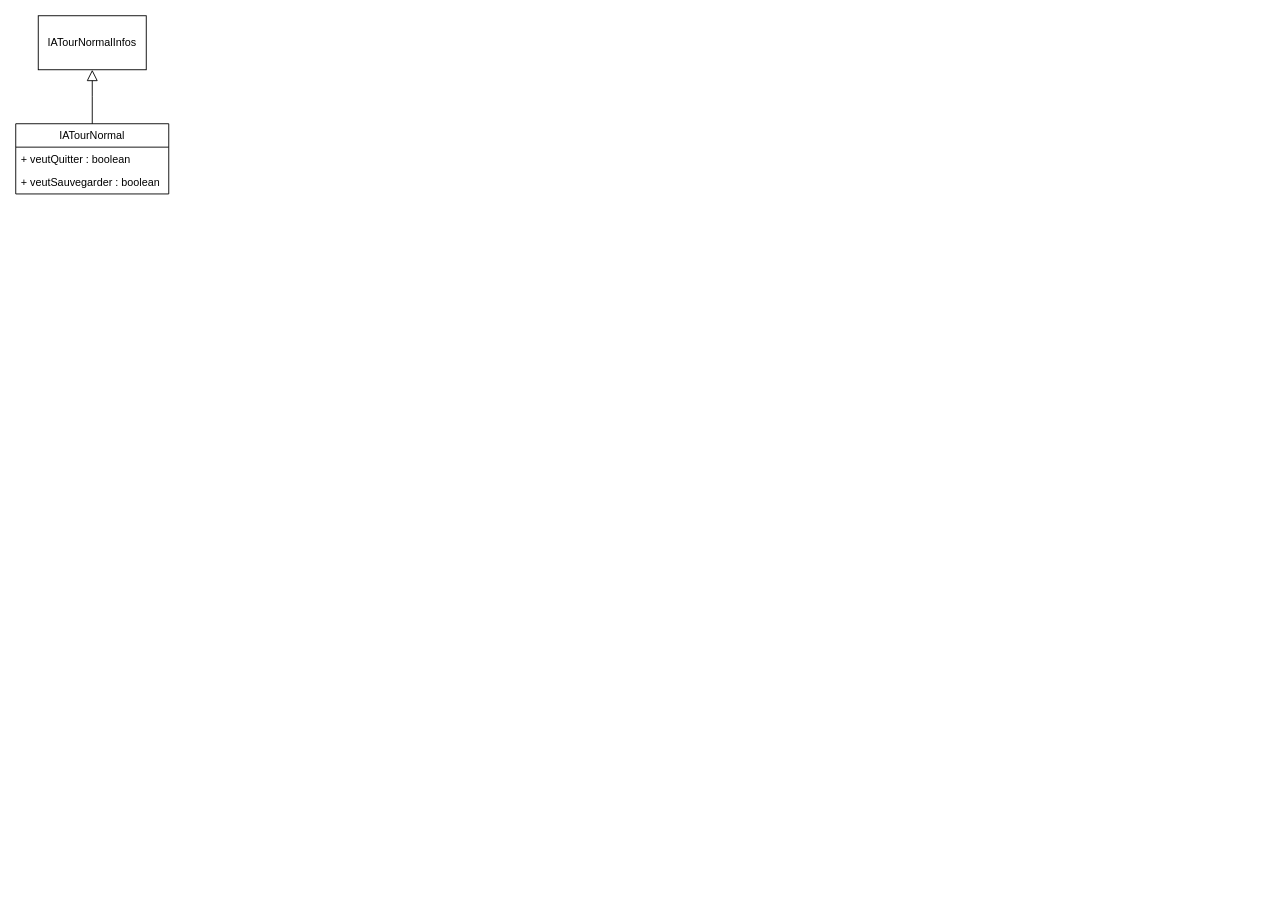
This is Diagramme de classes Controller.drawio from Riuza-c-137/diagrams.net-default_repo, a draw.io file, before an edit. Source tidied: cells renumbered, new cells numbered last; positions are measured from the earlier drawing's top-left corner, leaving out a move shared by most shapes. Both pictures are drawn from the tidied source at 90%, with x=0, y=0 at pixel (15, 15).
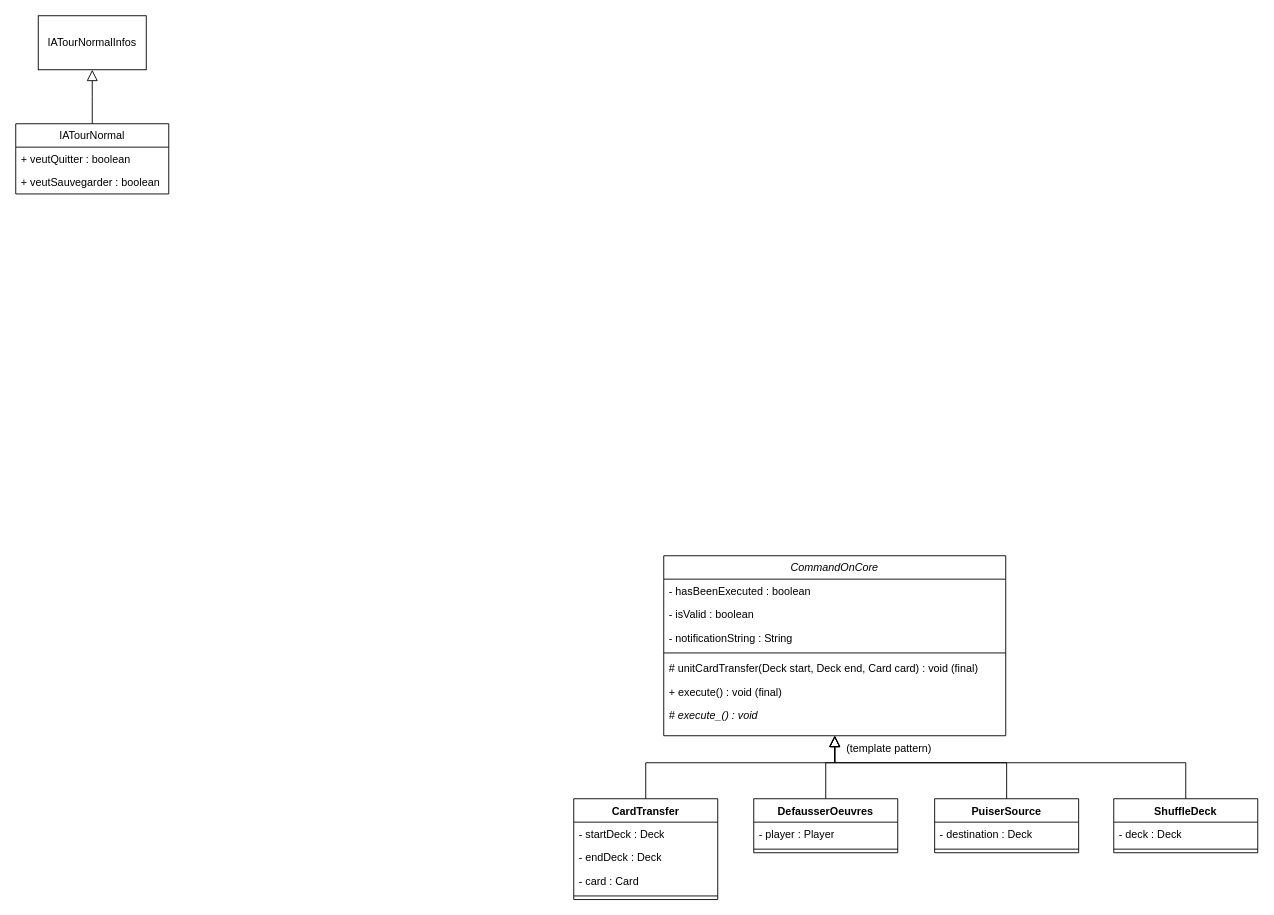
The same page after the edit.

Commit message (it also covers changes not shown here):
Mettre à jour Diagramme de classes Controller.drawio

Diff of the diagram source:
```diff
@@
+    <mxCell id="7" value="CommandOnCore" style="swimlane;fontStyle=2;align=center;verticalAlign=top;horizontal=1;startSize=26;rounded=0;shadow=0;strokeWidth=1;" parent="1" vertex="1">
+      <mxGeometry x="720" y="600" width="380" height="200" as="geometry" />
+    </mxCell>
+    <mxCell id="8" value="- hasBeenExecuted : boolean" style="text;align=left;verticalAlign=top;spacingLeft=4;spacingRight=4;overflow=hidden;" parent="7" vertex="1">
+      <mxGeometry y="26" width="380" height="26" as="geometry" />
+    </mxCell>
+    <mxCell id="9" value="- isValid : boolean" style="text;align=left;verticalAlign=top;spacingLeft=4;spacingRight=4;overflow=hidden;" parent="7" vertex="1">
+      <mxGeometry y="52" width="380" height="26" as="geometry" />
+    </mxCell>
+    <mxCell id="10" value="- notificationString : String" style="text;align=left;verticalAlign=top;spacingLeft=4;spacingRight=4;overflow=hidden;" parent="7" vertex="1">
+      <mxGeometry y="78" width="380" height="26" as="geometry" />
+    </mxCell>
+    <mxCell id="11" style="line;html=1;strokeWidth=1;align=left;verticalAlign=middle;spacingTop=-1;spacingLeft=3;spacingRight=3;labelPosition=right;" parent="7" vertex="1">
+      <mxGeometry y="104" width="380" height="8" as="geometry" />
+    </mxCell>
+    <mxCell id="12" value="# unitCardTransfer(Deck start, Deck end, Card card) : void (final)" style="text;align=left;verticalAlign=top;spacingLeft=4;spacingRight=4;overflow=hidden;rounded=0;shadow=0;html=0;" parent="7" vertex="1">
+      <mxGeometry y="112" width="380" height="26" as="geometry" />
+    </mxCell>
+    <mxCell id="13" value="+ execute() : void (final)" style="text;align=left;verticalAlign=top;spacingLeft=4;spacingRight=4;overflow=hidden;rounded=0;shadow=0;html=0;" parent="7" vertex="1">
+      <mxGeometry y="138" width="380" height="26" as="geometry" />
+    </mxCell>
+    <mxCell id="14" value="# execute_() : void" style="text;align=left;verticalAlign=top;spacingLeft=4;spacingRight=4;overflow=hidden;rounded=0;shadow=0;html=0;fontStyle=2;" parent="7" vertex="1">
+      <mxGeometry y="164" width="380" height="26" as="geometry" />
+    </mxCell>
+    <mxCell id="15" value="CardTransfer" style="swimlane;fontStyle=1;align=center;verticalAlign=top;horizontal=1;startSize=26;whiteSpace=wrap;html=1;" parent="1" vertex="1">
+      <mxGeometry x="620" y="870" width="160" height="112" as="geometry" />
+    </mxCell>
+    <mxCell id="16" value="- startDeck : Deck" style="text;strokeColor=none;fillColor=none;align=left;verticalAlign=top;spacingLeft=4;spacingRight=4;overflow=hidden;whiteSpace=wrap;html=1;" parent="15" vertex="1">
+      <mxGeometry y="26" width="160" height="26" as="geometry" />
+    </mxCell>
+    <mxCell id="17" value="- endDeck : Deck" style="text;strokeColor=none;fillColor=none;align=left;verticalAlign=top;spacingLeft=4;spacingRight=4;overflow=hidden;whiteSpace=wrap;html=1;" parent="15" vertex="1">
+      <mxGeometry y="52" width="160" height="26" as="geometry" />
+    </mxCell>
+    <mxCell id="18" value="- card : Card" style="text;strokeColor=none;fillColor=none;align=left;verticalAlign=top;spacingLeft=4;spacingRight=4;overflow=hidden;whiteSpace=wrap;html=1;" parent="15" vertex="1">
+      <mxGeometry y="78" width="160" height="26" as="geometry" />
+    </mxCell>
+    <mxCell id="19" style="line;strokeWidth=1;fillColor=none;align=left;verticalAlign=middle;spacingTop=-1;spacingLeft=3;spacingRight=3;labelPosition=right;strokeColor=inherit;" parent="15" vertex="1">
+      <mxGeometry y="104" width="160" height="8" as="geometry" />
+    </mxCell>
+    <mxCell id="20" value="DefausserOeuvres" style="swimlane;fontStyle=1;align=center;verticalAlign=top;horizontal=1;startSize=26;whiteSpace=wrap;html=1;" parent="1" vertex="1">
+      <mxGeometry x="820" y="870" width="160" height="60" as="geometry" />
+    </mxCell>
+    <mxCell id="21" value="- player : Player" style="text;strokeColor=none;fillColor=none;align=left;verticalAlign=top;spacingLeft=4;spacingRight=4;overflow=hidden;whiteSpace=wrap;html=1;" parent="20" vertex="1">
+      <mxGeometry y="26" width="160" height="26" as="geometry" />
+    </mxCell>
+    <mxCell id="22" style="line;strokeWidth=1;fillColor=none;align=left;verticalAlign=middle;spacingTop=-1;spacingLeft=3;spacingRight=3;labelPosition=right;strokeColor=inherit;" parent="20" vertex="1">
+      <mxGeometry y="52" width="160" height="8" as="geometry" />
+    </mxCell>
+    <mxCell id="23" value="PuiserSource" style="swimlane;fontStyle=1;align=center;verticalAlign=top;horizontal=1;startSize=26;whiteSpace=wrap;html=1;" parent="1" vertex="1">
+      <mxGeometry x="1021" y="870" width="160" height="60" as="geometry" />
+    </mxCell>
+    <mxCell id="24" value="- destination : Deck" style="text;strokeColor=none;fillColor=none;align=left;verticalAlign=top;spacingLeft=4;spacingRight=4;overflow=hidden;whiteSpace=wrap;html=1;" parent="23" vertex="1">
+      <mxGeometry y="26" width="160" height="26" as="geometry" />
+    </mxCell>
+    <mxCell id="25" style="line;strokeWidth=1;fillColor=none;align=left;verticalAlign=middle;spacingTop=-1;spacingLeft=3;spacingRight=3;labelPosition=right;strokeColor=inherit;" parent="23" vertex="1">
+      <mxGeometry y="52" width="160" height="8" as="geometry" />
+    </mxCell>
+    <mxCell id="26" value="ShuffleDeck" style="swimlane;fontStyle=1;align=center;verticalAlign=top;horizontal=1;startSize=26;whiteSpace=wrap;html=1;" parent="1" vertex="1">
+      <mxGeometry x="1220" y="870" width="160" height="60" as="geometry" />
+    </mxCell>
+    <mxCell id="27" value="- deck : Deck" style="text;strokeColor=none;fillColor=none;align=left;verticalAlign=top;spacingLeft=4;spacingRight=4;overflow=hidden;whiteSpace=wrap;html=1;" parent="26" vertex="1">
+      <mxGeometry y="26" width="160" height="26" as="geometry" />
+    </mxCell>
+    <mxCell id="28" style="line;strokeWidth=1;fillColor=none;align=left;verticalAlign=middle;spacingTop=-1;spacingLeft=3;spacingRight=3;labelPosition=right;strokeColor=inherit;" parent="26" vertex="1">
+      <mxGeometry y="52" width="160" height="8" as="geometry" />
+    </mxCell>
+    <mxCell id="29" style="endArrow=block;endSize=10;endFill=0;shadow=0;strokeWidth=1;rounded=0;edgeStyle=elbowEdgeStyle;elbow=vertical;exitX=0.5;exitY=0;exitDx=0;exitDy=0;entryX=0.5;entryY=1;entryDx=0;entryDy=0;" parent="1" edge="1" source="15" target="7">
+      <mxGeometry relative="1" as="geometry">
+        <Array as="points">
+          <mxPoint x="720" y="830" />
+        </Array>
+      </mxGeometry>
+    </mxCell>
+    <mxCell id="30" style="endArrow=block;endSize=10;endFill=0;shadow=0;strokeWidth=1;rounded=0;edgeStyle=elbowEdgeStyle;elbow=vertical;exitX=0.5;exitY=0;exitDx=0;exitDy=0;entryX=0.5;entryY=1;entryDx=0;entryDy=0;" parent="1" edge="1" source="20" target="7">
+      <mxGeometry relative="1" as="geometry">
+        <Array as="points">
+          <mxPoint x="880" y="830" />
+        </Array>
+      </mxGeometry>
+    </mxCell>
+    <mxCell id="31" style="endArrow=block;endSize=10;endFill=0;shadow=0;strokeWidth=1;rounded=0;edgeStyle=elbowEdgeStyle;elbow=vertical;exitX=0.5;exitY=0;exitDx=0;exitDy=0;entryX=0.5;entryY=1;entryDx=0;entryDy=0;" parent="1" edge="1" source="26" target="7">
+      <mxGeometry relative="1" as="geometry">
+        <Array as="points">
+          <mxPoint x="1080" y="830" />
+        </Array>
+      </mxGeometry>
+    </mxCell>
+    <mxCell id="32" style="endArrow=block;endSize=10;endFill=0;shadow=0;strokeWidth=1;rounded=0;edgeStyle=elbowEdgeStyle;elbow=vertical;exitX=0.5;exitY=0;exitDx=0;exitDy=0;entryX=0.5;entryY=1;entryDx=0;entryDy=0;" parent="1" edge="1" source="23" target="7">
+      <mxGeometry relative="1" as="geometry">
+        <Array as="points">
+          <mxPoint x="980" y="830" />
+        </Array>
+      </mxGeometry>
+    </mxCell>
+    <mxCell id="33" value="(template pattern)" style="text;html=1;align=center;verticalAlign=middle;strokeColor=none;fillColor=none;" parent="1" vertex="1">
+      <mxGeometry x="910" y="800" width="120" height="30" as="geometry" />
+    </mxCell>
```
